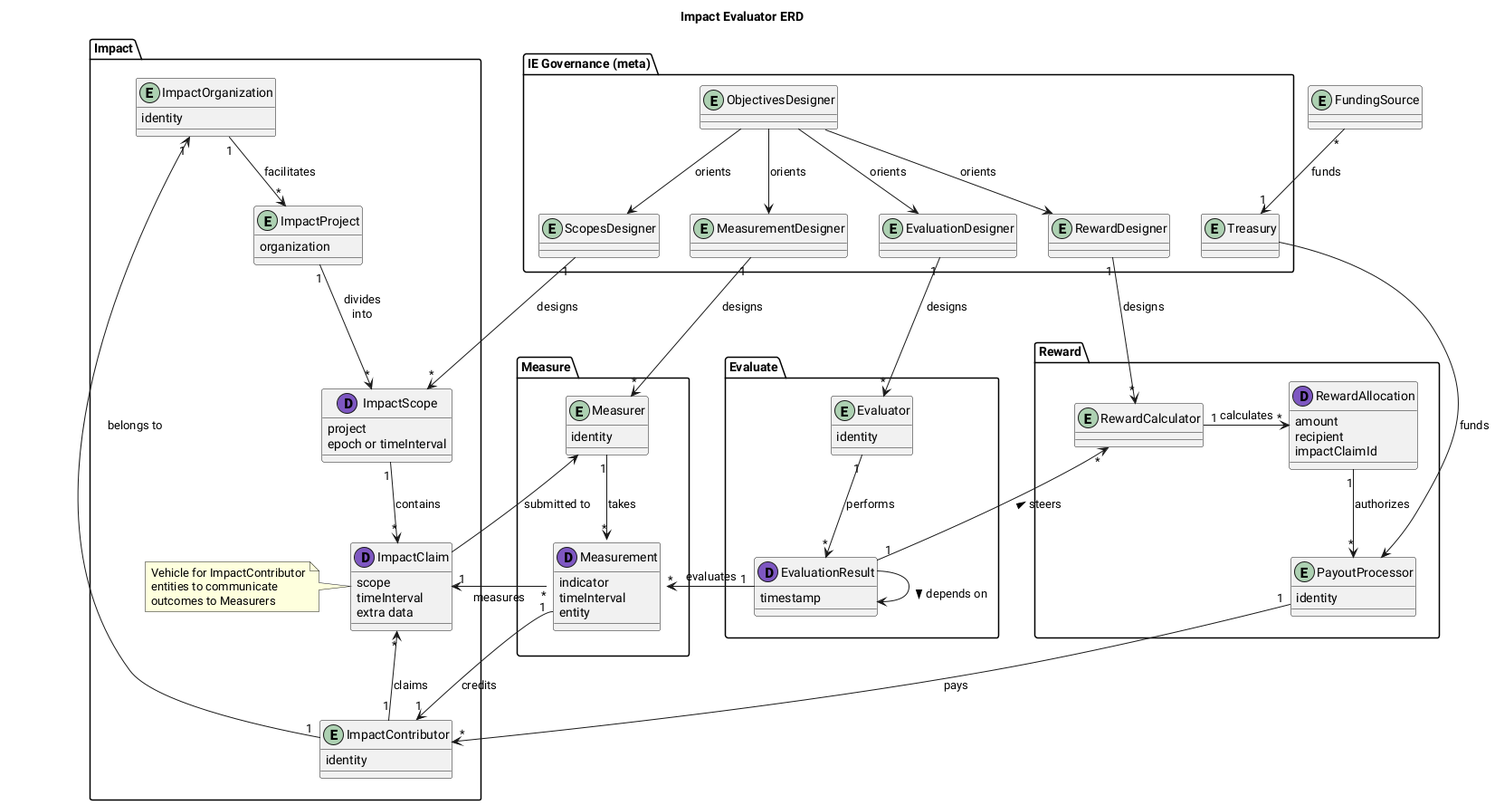
aspiers/ImpactEvaluators keeps this PlantUML diagram as ERD.png. Above is the earlier version. Source of this version:
```plantuml
@startuml "Impact Evaluator ERD"
title "Impact Evaluator ERD"


package "IE Governance (meta)" as IEGovernance {
    entity ObjectivesDesigner
    entity ScopesDesigner
    entity MeasurementDesigner
    entity EvaluationDesigner
    entity RewardDesigner
    entity Treasury

    ObjectivesDesigner -d[hidden]-> ScopesDesigner
    ScopesDesigner -r[hidden]-> MeasurementDesigner
    MeasurementDesigner -r[hidden]-> EvaluationDesigner
    EvaluationDesigner -r[hidden]-> RewardDesigner
    RewardDesigner -r[hidden]-> Treasury

    ObjectivesDesigner --> ScopesDesigner : orients
    ObjectivesDesigner --> MeasurementDesigner : orients
    ObjectivesDesigner --> EvaluationDesigner : orients
    ObjectivesDesigner --> RewardDesigner : orients
}

package Impact {
    entity ImpactOrganization {
        identity
    }
    entity ImpactProject {
        organization
    }
    dataclass ImpactScope {
        project
        epoch or timeInterval
    }
    dataclass ImpactClaim {
        scope
        timeInterval
        extra data
    }
    note left of ImpactClaim
        Vehicle for ImpactContributor
        entities to communicate
        outcomes to Measurers
    end note
    entity ImpactContributor {
        identity
    }

    ImpactOrganization "1" -d-> "*" ImpactProject : facilitates
    ImpactProject "1" -d-> "*" ImpactScope : divides\ninto
    ImpactScope "1" -d-> "*" ImpactClaim : contains
    ImpactContributor "1" -u-> "*" ImpactClaim : claims
    ImpactContributor "1" -u-> "1" ImpactOrganization : belongs to
}

package Measure {
    dataclass Measurement {
        indicator
        timeInterval
        entity
    }
    entity Measurer {
        identity
    }

    ImpactClaim --> Measurer : submitted to

    Measurer "1" --> "*" Measurement : takes
    Measurement "*" -l-> "1" ImpactClaim : measures
    Measurement::entity "1" --> "1" ImpactContributor : credits
}

package Evaluate {
    dataclass EvaluationResult {
        timestamp
    }
    entity Evaluator {
        identity
    }

    Evaluator "1" -d-> "*" EvaluationResult : performs
    EvaluationResult "1" -l-> "*" Measurement : evaluates
    EvaluationResult --> EvaluationResult : "\n> depends on"
}

package Reward {
    entity RewardCalculator {}
    dataclass RewardAllocation {
        amount
        recipient
        impactClaimId
    }
    entity PayoutProcessor {
        identity
    }

    RewardCalculator "1" -r-> "*" RewardAllocation : calculates
    RewardAllocation "1" -d-> "*" PayoutProcessor : authorizes
}

Impact -r[hidden]--> Measure
Measure -r[hidden]--> Evaluate
Evaluate -r[hidden]--> Reward

ScopesDesigner "1" --> "*" ImpactScope : designs
MeasurementDesigner "1" --> "*" Measurer : designs
EvaluationDesigner "1" --> "*" Evaluator : designs
RewardDesigner "1" --> "*" RewardCalculator : designs

entity FundingSource
FundingSource "*" --> "1" Treasury : funds
Treasury --> PayoutProcessor : funds

EvaluationResult "1" --> "*" RewardCalculator : steers >
PayoutProcessor "1" -d-> "*" ImpactContributor : pays


@enduml
```
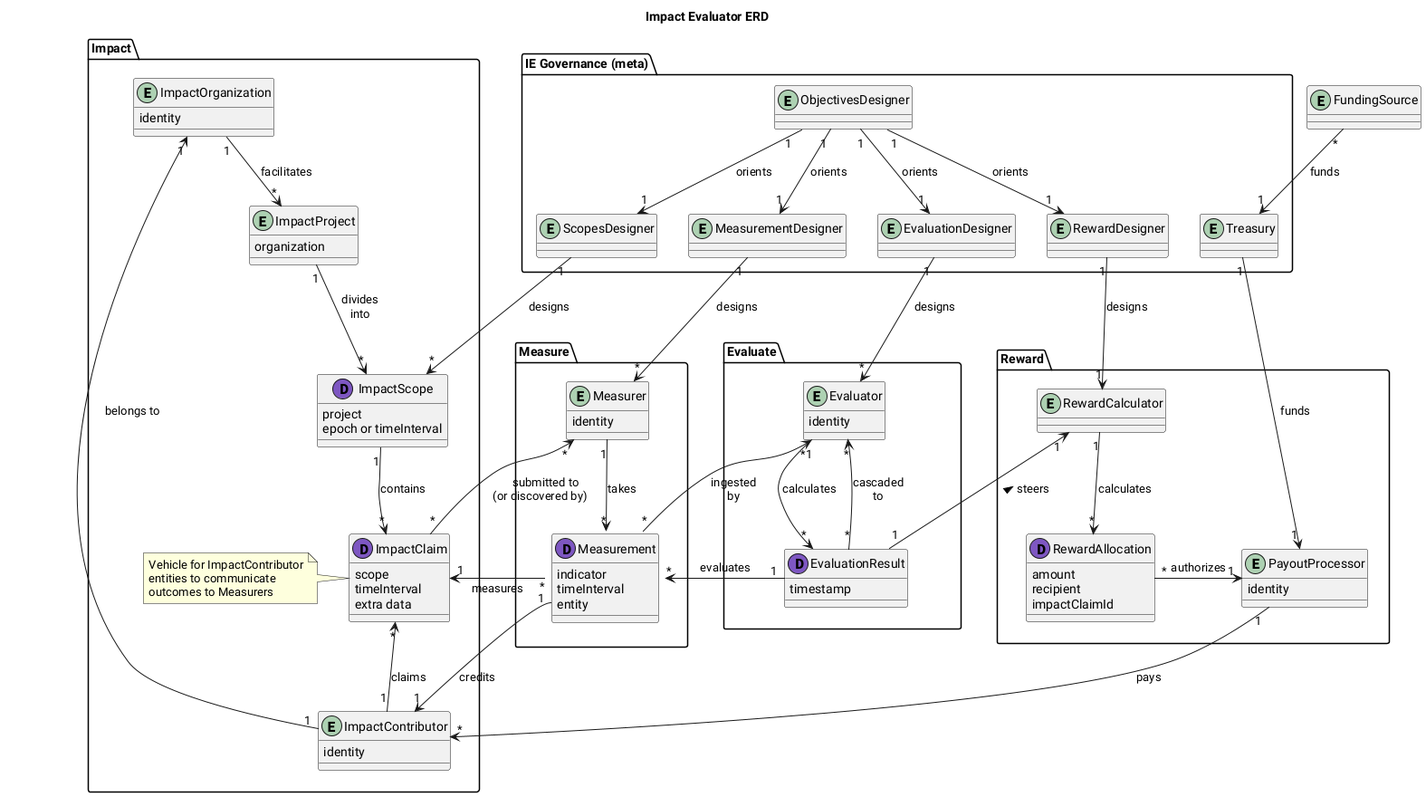
Later version of the same file.

Commit message:
fix cardinality, label spacing, and recursive evaluation

Change to the diagram source:
```diff
@@ -10,16 +10,15 @@
     entity RewardDesigner
     entity Treasury
 
-    ObjectivesDesigner -d[hidden]-> ScopesDesigner
     ScopesDesigner -r[hidden]-> MeasurementDesigner
     MeasurementDesigner -r[hidden]-> EvaluationDesigner
     EvaluationDesigner -r[hidden]-> RewardDesigner
     RewardDesigner -r[hidden]-> Treasury
 
-    ObjectivesDesigner --> ScopesDesigner : orients
-    ObjectivesDesigner --> MeasurementDesigner : orients
-    ObjectivesDesigner --> EvaluationDesigner : orients
-    ObjectivesDesigner --> RewardDesigner : orients
+    ObjectivesDesigner "1" --> "1" ScopesDesigner : orients
+    ObjectivesDesigner "1" --> "1" MeasurementDesigner : orients
+    ObjectivesDesigner "1" --> "1" EvaluationDesigner : orients
+    ObjectivesDesigner "1" --> "1" RewardDesigner : orients
 }
 
 package Impact {
@@ -64,7 +63,7 @@
         identity
     }
 
-    ImpactClaim --> Measurer : submitted to
+    ImpactClaim "*" --> "*" Measurer : "submitted to\n(or discovered by)    "
 
     Measurer "1" --> "*" Measurement : takes
     Measurement "*" -l-> "1" ImpactClaim : measures
@@ -79,9 +78,9 @@
         identity
     }
 
-    Evaluator "1" -d-> "*" EvaluationResult : performs
     EvaluationResult "1" -l-> "*" Measurement : evaluates
-    EvaluationResult --> EvaluationResult : "\n> depends on"
+    Evaluator "1" -d-> "*" EvaluationResult : "calculates    "
+    EvaluationResult "*" -u-> "*" Evaluator : "cascaded\nto"
 }
 
 package Reward {
@@ -95,8 +94,8 @@
         identity
     }
 
-    RewardCalculator "1" -r-> "*" RewardAllocation : calculates
-    RewardAllocation "1" -d-> "*" PayoutProcessor : authorizes
+    RewardCalculator "1" -d-> "*" RewardAllocation : calculates
+    RewardAllocation "*" -r-> "1" PayoutProcessor : authorizes
 }
 
 Impact -r[hidden]--> Measure
@@ -106,13 +105,14 @@
 ScopesDesigner "1" --> "*" ImpactScope : designs
 MeasurementDesigner "1" --> "*" Measurer : designs
 EvaluationDesigner "1" --> "*" Evaluator : designs
-RewardDesigner "1" --> "*" RewardCalculator : designs
+RewardDesigner "1" --> "1" RewardCalculator : designs
 
 entity FundingSource
 FundingSource "*" --> "1" Treasury : funds
-Treasury --> PayoutProcessor : funds
+Treasury "1" --> "1" PayoutProcessor : funds
 
-EvaluationResult "1" --> "*" RewardCalculator : steers >
+Measurement "*" --> "*" Evaluator : "ingested     \nby     "
+EvaluationResult "1" --> "1" RewardCalculator : steers >
 PayoutProcessor "1" -d-> "*" ImpactContributor : pays
 
 
```
